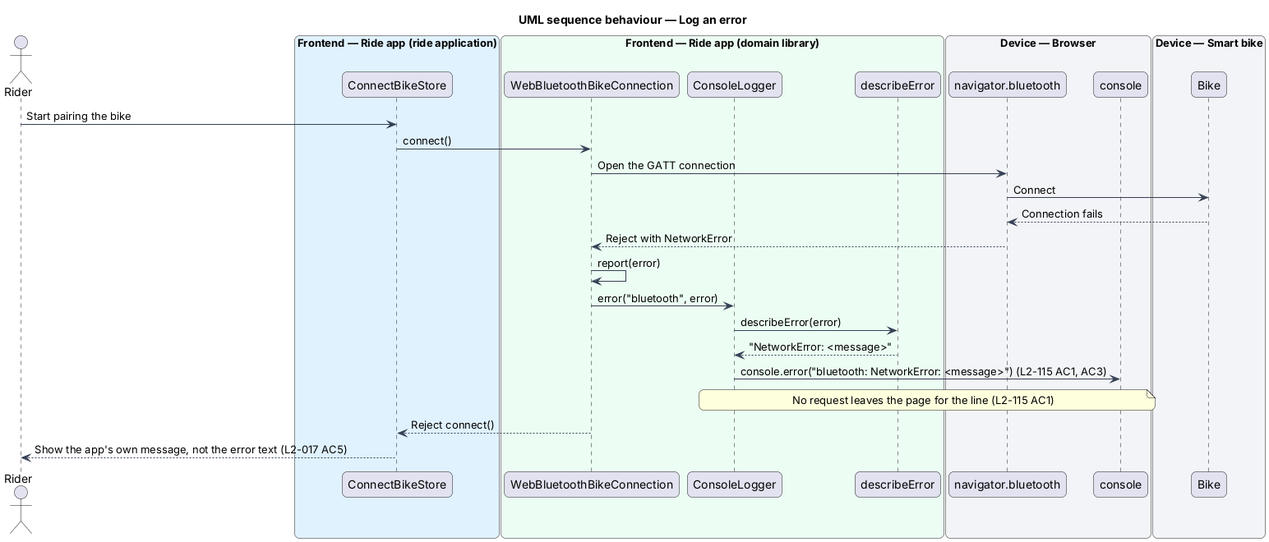
This is docs/detailed-designs/security/log-to-the-console-only/diagrams/sequence-log-an-error.png from QuinntyneBrown/ride-one, a PlantUML export, as it was before one commit.
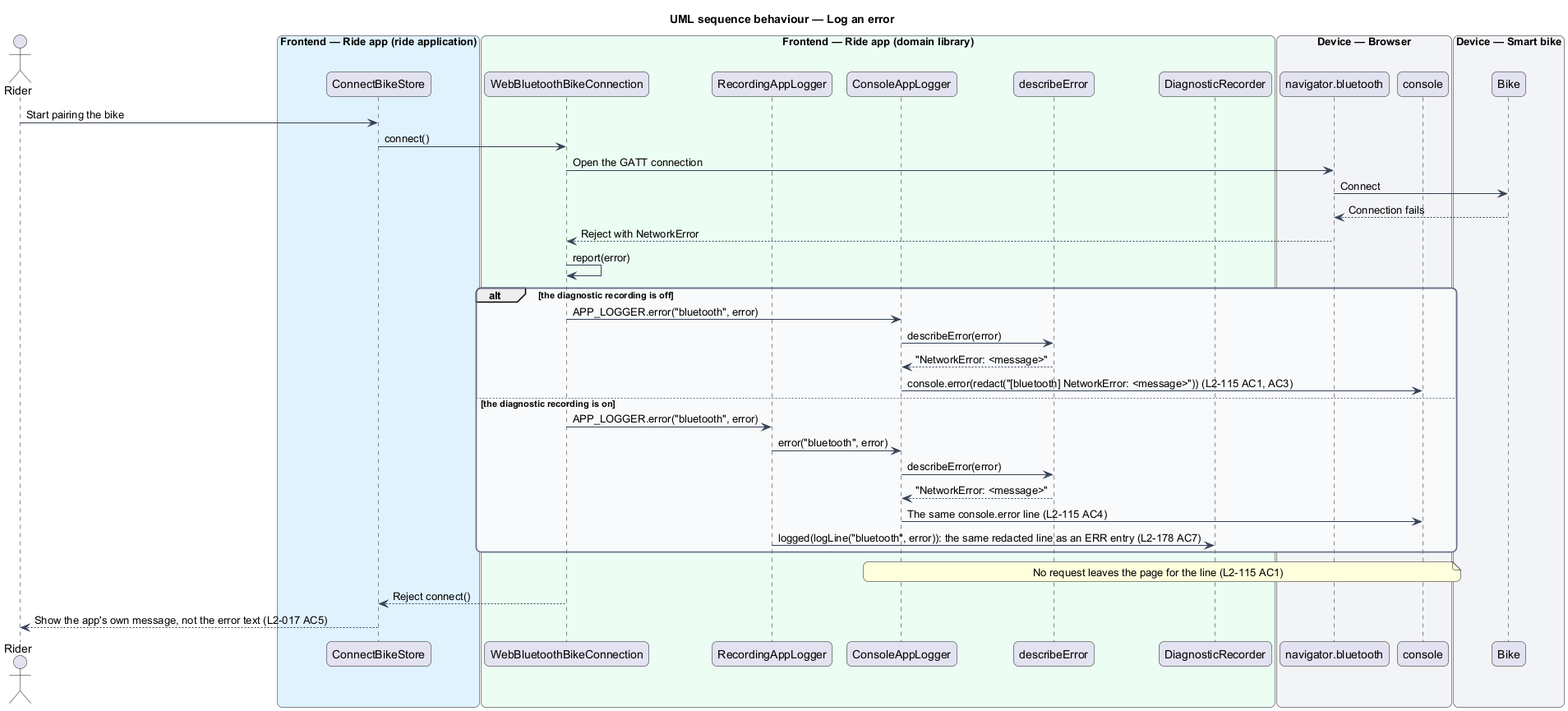
Later version of the same file.

What changed in the source:
```diff
@@ -20,8 +20,10 @@
 end box
 box "Frontend — Ride app (domain library)" #ECFDF3
   participant "WebBluetoothBikeConnection" as conn
-  participant "ConsoleLogger" as logger
+  participant "RecordingAppLogger" as reclogger
+  participant "ConsoleAppLogger" as logger
   participant "describeError" as describe
+  participant "DiagnosticRecorder" as recorder
 end box
 box "Device — Browser" #F2F4F7
   participant "navigator.bluetooth" as ble
@@ -37,10 +39,19 @@
 bike --> ble : Connection fails
 ble --> conn : Reject with NetworkError
 conn -> conn : report(error)
-conn -> logger : error("bluetooth", error)
-logger -> describe : describeError(error)
-describe --> logger : "NetworkError: <message>"
-logger -> console : console.error("bluetooth: NetworkError: <message>") (L2-115 AC1, AC3)
+alt the diagnostic recording is off
+  conn -> logger : APP_LOGGER.error("bluetooth", error)
+  logger -> describe : describeError(error)
+  describe --> logger : "NetworkError: <message>"
+  logger -> console : console.error(redact("[bluetooth] NetworkError: <message>")) (L2-115 AC1, AC3)
+else the diagnostic recording is on
+  conn -> reclogger : APP_LOGGER.error("bluetooth", error)
+  reclogger -> logger : error("bluetooth", error)
+  logger -> describe : describeError(error)
+  describe --> logger : "NetworkError: <message>"
+  logger -> console : The same console.error line (L2-115 AC4)
+  reclogger -> recorder : logged(logLine("bluetooth", error)): the same redacted line as an ERR entry (L2-178 AC7)
+end
 note over logger, console : No request leaves the page for the line (L2-115 AC1)
 conn --> page : Reject connect()
 page --> rider : Show the app's own message, not the error text (L2-017 AC5)
```
